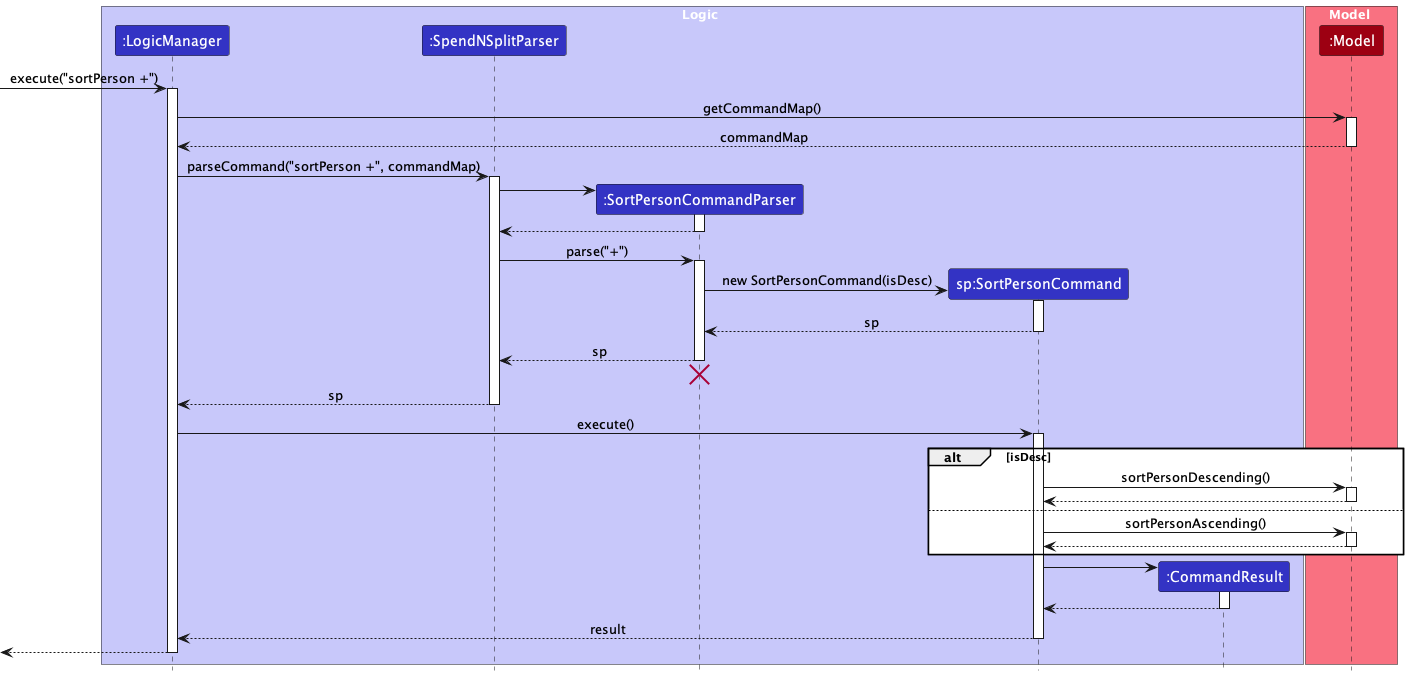
Before: docs/images/SortPersonSequenceDiagram.png, a diagram exported from PlantUML (wui-hong/tp). Its diagram source:
```plantuml
@startuml
!include style.puml
skinparam ArrowFontStyle plain

box Logic LOGIC_COLOR_T1
participant ":LogicManager" as LogicManager LOGIC_COLOR
participant ":SpendNSplitParser" as SpendNSplitParser LOGIC_COLOR
participant ":SortPersonCommandParser" as SortPersonCommandParser LOGIC_COLOR
participant "sp:SortPersonCommand" as SortPersonCommand LOGIC_COLOR
participant ":CommandResult" as CommandResult LOGIC_COLOR
end box

box Model MODEL_COLOR_T1
participant ":Model" as Model MODEL_COLOR
end box

[-> LogicManager : execute("sortPerson +")
activate LogicManager

LogicManager -> Model : getCommandMap()
activate Model
Model --> LogicManager : commandMap
deactivate Model

LogicManager -> SpendNSplitParser : parseCommand("sortPerson +", commandMap)
activate SpendNSplitParser

create SortPersonCommandParser
SpendNSplitParser -> SortPersonCommandParser
activate SortPersonCommandParser

SortPersonCommandParser --> SpendNSplitParser
deactivate SortPersonCommandParser

SpendNSplitParser -> SortPersonCommandParser : parse("+")
activate SortPersonCommandParser

create SortPersonCommand
SortPersonCommandParser -> SortPersonCommand : new SortPersonCommand(isDesc)
activate SortPersonCommand

SortPersonCommand --> SortPersonCommandParser : sp
deactivate SortPersonCommand

SortPersonCommandParser --> SpendNSplitParser : sp
deactivate SortPersonCommandParser
SortPersonCommandParser -[hidden]-> SpendNSplitParser
destroy SortPersonCommandParser

SpendNSplitParser --> LogicManager : sp
deactivate SpendNSplitParser

LogicManager -> SortPersonCommand : execute()
activate SortPersonCommand

alt isDesc
    SortPersonCommand -> Model : sortPersonDescending()
    activate Model

    Model --> SortPersonCommand
    deactivate Model
else
    SortPersonCommand -> Model : sortPersonAscending()
    activate Model

    Model --> SortPersonCommand
    deactivate Model
end

create CommandResult
SortPersonCommand -> CommandResult
activate CommandResult

CommandResult --> SortPersonCommand
deactivate CommandResult

SortPersonCommand --> LogicManager : result
deactivate SortPersonCommand

[<--LogicManager
deactivate LogicManager
@enduml
```
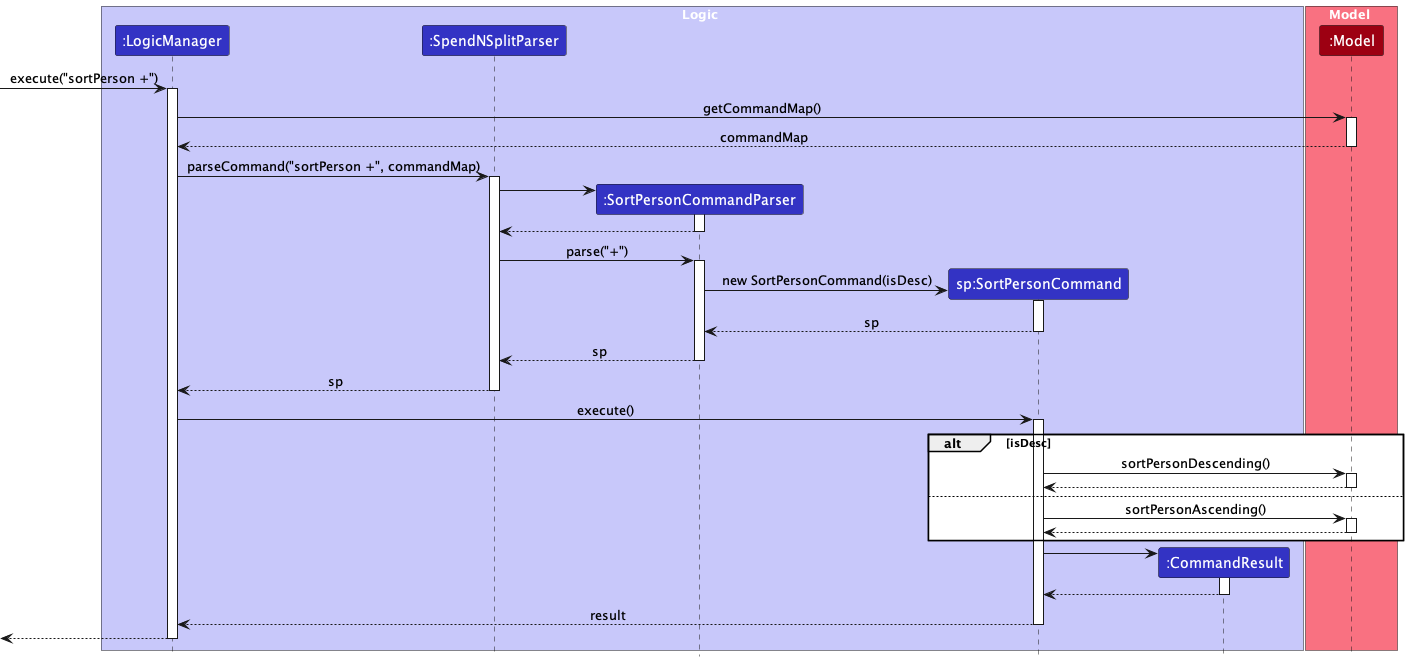
After the change.

Commit message:
Remove object deletion notation in person-related sequence diagrams

Diff of the diagram source:
```diff
@@ -44,8 +44,6 @@
 
 SortPersonCommandParser --> SpendNSplitParser : sp
 deactivate SortPersonCommandParser
-SortPersonCommandParser -[hidden]-> SpendNSplitParser
-destroy SortPersonCommandParser
 
 SpendNSplitParser --> LogicManager : sp
 deactivate SpendNSplitParser
```
